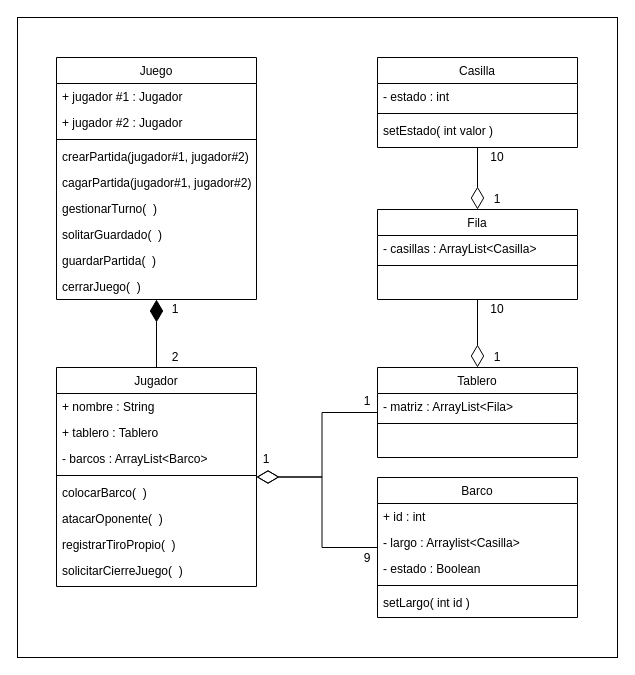
Before: ApartadoUML/Recursos/Clases/DiagramaDeClases.drawio in sjcr23/Proyecto2-POO-2020-ii, a draw.io diagram. Source tidied: cells renumbered, new cells numbered last; positions are measured from the earlier drawing's top-left corner, leaving out a move shared by most shapes. Both pictures are drawn from the tidied source at 100%, with x=0, y=0 at pixel (17, 17).
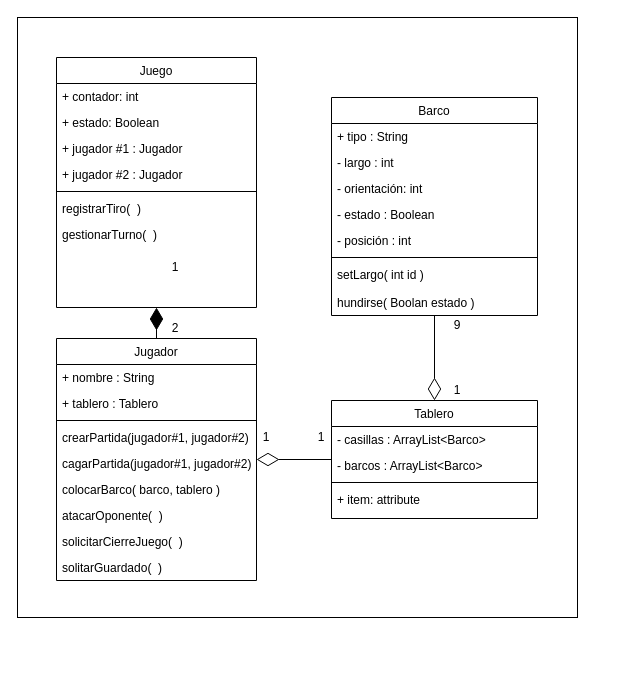
The same page after the edit.

What changed in the source:
```diff
@@
     <mxCell id="3" value="Juego" style="swimlane;fontStyle=0;align=center;verticalAlign=top;horizontal=1;startSize=26;rounded=0;shadow=0;strokeWidth=1;" parent="1" vertex="1">
-      <mxGeometry x="39" y="40" width="200" height="242" as="geometry" />
+      <mxGeometry x="39" y="40" width="200" height="250" as="geometry" />
     </mxCell>
+    <mxCell id="52" value="+ contador: int" style="text;align=left;verticalAlign=top;spacingLeft=4;spacingRight=4;overflow=hidden;rounded=0;shadow=0;html=0;" parent="3" vertex="1">
+      <mxGeometry y="26" width="200" height="26" as="geometry" />
+    </mxCell>
+    <mxCell id="53" value="+ estado: Boolean" style="text;align=left;verticalAlign=top;spacingLeft=4;spacingRight=4;overflow=hidden;rounded=0;shadow=0;html=0;" parent="3" vertex="1">
+      <mxGeometry y="52" width="200" height="26" as="geometry" />
+    </mxCell>
     <mxCell id="4" value="+ jugador #1 : Jugador" style="text;align=left;verticalAlign=top;spacingLeft=4;spacingRight=4;overflow=hidden;" parent="3" vertex="1">
-      <mxGeometry y="26" width="200" height="26" as="geometry" />
+      <mxGeometry y="78" width="200" height="26" as="geometry" />
     </mxCell>
     <mxCell id="5" value="+ jugador #2 : Jugador" style="text;align=left;verticalAlign=top;spacingLeft=4;spacingRight=4;overflow=hidden;rounded=0;shadow=0;html=0;" parent="3" vertex="1">
-      <mxGeometry y="52" width="200" height="26" as="geometry" />
+      <mxGeometry y="104" width="200" height="26" as="geometry" />
     </mxCell>
     <mxCell id="6" style="line;html=1;strokeWidth=1;align=left;verticalAlign=middle;spacingTop=-1;spacingLeft=3;spacingRight=3;labelPosition=right;" parent="3" vertex="1">
-      <mxGeometry y="78" width="200" height="8" as="geometry" />
+      <mxGeometry y="130" width="200" height="8" as="geometry" />
     </mxCell>
-    <mxCell id="7" value="crearPartida(jugador#1, jugador#2)" style="text;align=left;verticalAlign=top;spacingLeft=4;spacingRight=4;overflow=hidden;" parent="3" vertex="1">
-      <mxGeometry y="86" width="200" height="26" as="geometry" />
-    </mxCell>
-    <mxCell id="8" value="cagarPartida(jugador#1, jugador#2)" style="text;align=left;verticalAlign=top;spacingLeft=4;spacingRight=4;overflow=hidden;" parent="3" vertex="1">
-      <mxGeometry y="112" width="200" height="26" as="geometry" />
-    </mxCell>
+    <mxCell id="22" value="registrarTiro(  )" style="text;strokeColor=none;fillColor=none;align=left;verticalAlign=top;spacingLeft=4;spacingRight=4;overflow=hidden;" parent="3" vertex="1">
+      <mxGeometry y="138" width="200" height="26" as="geometry" />
+    </mxCell>
     <mxCell id="9" value="gestionarTurno(  )" style="text;align=left;verticalAlign=top;spacingLeft=4;spacingRight=4;overflow=hidden;" parent="3" vertex="1">
-      <mxGeometry y="138" width="200" height="26" as="geometry" />
+      <mxGeometry y="164" width="200" height="26" as="geometry" />
     </mxCell>
-    <mxCell id="10" value="solitarGuardado(  )" style="text;align=left;verticalAlign=top;spacingLeft=4;spacingRight=4;overflow=hidden;" parent="3" vertex="1">
-      <mxGeometry y="164" width="200" height="26" as="geometry" />
-    </mxCell>
-    <mxCell id="11" value="guardarPartida(  )" style="text;align=left;verticalAlign=top;spacingLeft=4;spacingRight=4;overflow=hidden;" parent="3" vertex="1">
-      <mxGeometry y="190" width="200" height="26" as="geometry" />
-    </mxCell>
-    <mxCell id="12" value="cerrarJuego(  )" style="text;align=left;verticalAlign=top;spacingLeft=4;spacingRight=4;overflow=hidden;" parent="3" vertex="1">
-      <mxGeometry y="216" width="200" height="26" as="geometry" />
-    </mxCell>
-    <mxCell id="13" style="edgeStyle=orthogonalEdgeStyle;rounded=0;jettySize=auto;html=1;startArrow=diamondThin;startFill=0;startSize=20;endArrow=none;endFill=0;" parent="1" edge="1" source="15" target="24">
+    <mxCell id="13" style="edgeStyle=orthogonalEdgeStyle;rounded=0;jettySize=auto;html=1;startArrow=diamondThin;startFill=0;startSize=20;endArrow=none;endFill=0;exitX=0.5;exitY=0;exitDx=0;exitDy=0;" parent="1" edge="1" source="33" target="24">
       <mxGeometry relative="1" as="geometry" />
     </mxCell>
@@
     <mxCell id="15" value="Jugador" style="swimlane;fontStyle=0;align=center;verticalAlign=top;horizontal=1;startSize=26;rounded=0;shadow=0;strokeWidth=1;" parent="1" vertex="1">
-      <mxGeometry x="39" y="350" width="200" height="219" as="geometry" />
+      <mxGeometry x="39" y="321" width="200" height="242" as="geometry" />
     </mxCell>
@@
-    <mxCell id="18" value="- barcos : ArrayList&lt;Barco&gt;" style="text;align=left;verticalAlign=top;spacingLeft=4;spacingRight=4;overflow=hidden;rounded=0;shadow=0;html=0;" parent="15" vertex="1">
-      <mxGeometry y="78" width="200" height="26" as="geometry" />
-    </mxCell>
     <mxCell id="19" style="line;html=1;strokeWidth=1;align=left;verticalAlign=middle;spacingTop=-1;spacingLeft=3;spacingRight=3;labelPosition=right;" parent="15" vertex="1">
-      <mxGeometry y="104" width="200" height="8" as="geometry" />
+      <mxGeometry y="78" width="200" height="8" as="geometry" />
     </mxCell>
+    <mxCell id="7" value="crearPartida(jugador#1, jugador#2)" style="text;align=left;verticalAlign=top;spacingLeft=4;spacingRight=4;overflow=hidden;" parent="15" vertex="1">
+      <mxGeometry y="86" width="200" height="26" as="geometry" />
+    </mxCell>
+    <mxCell id="8" value="cagarPartida(jugador#1, jugador#2)" style="text;align=left;verticalAlign=top;spacingLeft=4;spacingRight=4;overflow=hidden;" parent="15" vertex="1">
+      <mxGeometry y="112" width="200" height="26" as="geometry" />
+    </mxCell>
-    <mxCell id="20" value="colocarBarco(  )" style="text;strokeColor=none;fillColor=none;align=left;verticalAlign=top;spacingLeft=4;spacingRight=4;overflow=hidden;" parent="15" vertex="1">
-      <mxGeometry y="112" width="200" height="26" as="geometry" />
+    <mxCell id="20" value="colocarBarco( barco, tablero )" style="text;strokeColor=none;fillColor=none;align=left;verticalAlign=top;spacingLeft=4;spacingRight=4;overflow=hidden;" parent="15" vertex="1">
+      <mxGeometry y="138" width="200" height="26" as="geometry" />
     </mxCell>
     <mxCell id="21" value="atacarOponente(  )" style="text;strokeColor=none;fillColor=none;align=left;verticalAlign=top;spacingLeft=4;spacingRight=4;overflow=hidden;" parent="15" vertex="1">
-      <mxGeometry y="138" width="200" height="26" as="geometry" />
+      <mxGeometry y="164" width="200" height="26" as="geometry" />
     </mxCell>
-    <mxCell id="22" value="registrarTiroPropio(  )" style="text;strokeColor=none;fillColor=none;align=left;verticalAlign=top;spacingLeft=4;spacingRight=4;overflow=hidden;" parent="15" vertex="1">
-      <mxGeometry y="164" width="200" height="26" as="geometry" />
-    </mxCell>
@@
+    <mxCell id="10" value="solitarGuardado(  )" style="text;align=left;verticalAlign=top;spacingLeft=4;spacingRight=4;overflow=hidden;" parent="15" vertex="1">
+      <mxGeometry y="216" width="200" height="26" as="geometry" />
+    </mxCell>
     <mxCell id="24" value="Barco" style="swimlane;fontStyle=0;align=center;verticalAlign=top;horizontal=1;startSize=26;rounded=0;shadow=0;strokeWidth=1;" parent="1" vertex="1">
-      <mxGeometry x="360" y="460" width="200" height="140" as="geometry" />
+      <mxGeometry x="314" y="80" width="206" height="218" as="geometry" />
     </mxCell>
-    <mxCell id="25" value="+ id : int" style="text;align=left;verticalAlign=top;spacingLeft=4;spacingRight=4;overflow=hidden;" parent="24" vertex="1">
-      <mxGeometry y="26" width="200" height="26" as="geometry" />
-    </mxCell>
+    <mxCell id="54" value="+ tipo : String" style="text;align=left;verticalAlign=top;spacingLeft=4;spacingRight=4;overflow=hidden;" parent="24" vertex="1">
+      <mxGeometry y="26" width="206" height="26" as="geometry" />
+    </mxCell>
-    <mxCell id="26" value="- largo : Arraylist&lt;Casilla&gt;" style="text;align=left;verticalAlign=top;spacingLeft=4;spacingRight=4;overflow=hidden;" parent="24" vertex="1">
-      <mxGeometry y="52" width="200" height="26" as="geometry" />
+    <mxCell id="26" value="- largo : int " style="text;align=left;verticalAlign=top;spacingLeft=4;spacingRight=4;overflow=hidden;" parent="24" vertex="1">
+      <mxGeometry y="52" width="206" height="26" as="geometry" />
     </mxCell>
+    <mxCell id="55" value="- orientación: int " style="text;align=left;verticalAlign=top;spacingLeft=4;spacingRight=4;overflow=hidden;" parent="24" vertex="1">
+      <mxGeometry y="78" width="206" height="26" as="geometry" />
+    </mxCell>
     <mxCell id="27" value="- estado : Boolean" style="text;align=left;verticalAlign=top;spacingLeft=4;spacingRight=4;overflow=hidden;" parent="24" vertex="1">
-      <mxGeometry y="78" width="200" height="26" as="geometry" />
+      <mxGeometry y="104" width="206" height="26" as="geometry" />
     </mxCell>
+    <mxCell id="56" value="- posición : int" style="text;align=left;verticalAlign=top;spacingLeft=4;spacingRight=4;overflow=hidden;" parent="24" vertex="1">
+      <mxGeometry y="130" width="206" height="26" as="geometry" />
+    </mxCell>
     <mxCell id="28" style="line;html=1;strokeWidth=1;align=left;verticalAlign=middle;spacingTop=-1;spacingLeft=3;spacingRight=3;labelPosition=right;" parent="24" vertex="1">
-      <mxGeometry y="104" width="200" height="8" as="geometry" />
+      <mxGeometry y="156" width="206" height="8" as="geometry" />
     </mxCell>
     <mxCell id="29" value="setLargo( int id )" style="text;strokeColor=none;fillColor=none;align=left;verticalAlign=top;spacingLeft=4;spacingRight=4;overflow=hidden;" parent="24" vertex="1">
-      <mxGeometry y="112" width="200" height="26" as="geometry" />
+      <mxGeometry y="164" width="206" height="28" as="geometry" />
     </mxCell>
+    <mxCell id="57" value="hundirse( Boolan estado )" style="text;strokeColor=none;fillColor=none;align=left;verticalAlign=top;spacingLeft=4;spacingRight=4;overflow=hidden;" parent="24" vertex="1">
+      <mxGeometry y="192" width="206" height="26" as="geometry" />
+    </mxCell>
     <mxCell id="30" value="1" style="text;html=1;strokeColor=none;fillColor=none;align=center;verticalAlign=middle;whiteSpace=wrap;rounded=0;" parent="1" vertex="1">
-      <mxGeometry x="148" y="282" width="20" height="20" as="geometry" />
+      <mxGeometry x="148" y="240" width="20" height="20" as="geometry" />
     </mxCell>
     <mxCell id="31" value="2" style="text;html=1;strokeColor=none;fillColor=none;align=center;verticalAlign=middle;whiteSpace=wrap;rounded=0;" parent="1" vertex="1">
-      <mxGeometry x="153" y="330" width="10" height="20" as="geometry" />
+      <mxGeometry x="153" y="301" width="10" height="20" as="geometry" />
     </mxCell>
-    <mxCell id="32" style="edgeStyle=orthogonalEdgeStyle;rounded=0;jettySize=auto;html=1;entryX=0.5;entryY=1;entryDx=0;entryDy=0;startArrow=diamondThin;startFill=0;startSize=20;endArrow=none;endFill=0;" parent="1" edge="1" source="33" target="40">
-      <mxGeometry relative="1" as="geometry" />
-    </mxCell>
     <mxCell id="33" value="Tablero" style="swimlane;fontStyle=0;align=center;verticalAlign=top;horizontal=1;startSize=26;rounded=0;shadow=0;strokeWidth=1;" parent="1" vertex="1">
-      <mxGeometry x="360" y="350" width="200" height="90" as="geometry" />
+      <mxGeometry x="314" y="383" width="206" height="118" as="geometry" />
     </mxCell>
-    <mxCell id="34" value="- matriz : ArrayList&lt;Fila&gt;" style="text;align=left;verticalAlign=top;spacingLeft=4;spacingRight=4;overflow=hidden;" parent="33" vertex="1">
-      <mxGeometry y="26" width="200" height="26" as="geometry" />
+    <mxCell id="34" value="- casillas : ArrayList&lt;Barco&gt;" style="text;align=left;verticalAlign=top;spacingLeft=4;spacingRight=4;overflow=hidden;" parent="33" vertex="1">
+      <mxGeometry y="26" width="206" height="26" as="geometry" />
     </mxCell>
+    <mxCell id="18" value="- barcos : ArrayList&lt;Barco&gt;" style="text;align=left;verticalAlign=top;spacingLeft=4;spacingRight=4;overflow=hidden;" parent="33" vertex="1">
+      <mxGeometry y="52" width="206" height="26" as="geometry" />
+    </mxCell>
     <mxCell id="35" style="line;html=1;strokeWidth=1;align=left;verticalAlign=middle;spacingTop=-1;spacingLeft=3;spacingRight=3;labelPosition=right;" parent="33" vertex="1">
-      <mxGeometry y="52" width="200" height="8" as="geometry" />
+      <mxGeometry y="78" width="206" height="8" as="geometry" />
     </mxCell>
+    <mxCell id="58" value="+ item: attribute" style="text;strokeColor=none;fillColor=none;align=left;verticalAlign=top;spacingLeft=4;spacingRight=4;overflow=hidden;" parent="33" vertex="1">
+      <mxGeometry y="86" width="206" height="26" as="geometry" />
+    </mxCell>
     <mxCell id="36" value="1" style="text;html=1;strokeColor=none;fillColor=none;align=center;verticalAlign=middle;whiteSpace=wrap;rounded=0;" parent="1" vertex="1">
-      <mxGeometry x="239" y="432" width="20" height="20" as="geometry" />
+      <mxGeometry x="239" y="410" width="20" height="20" as="geometry" />
     </mxCell>
     <mxCell id="37" value="9" style="text;html=1;strokeColor=none;fillColor=none;align=center;verticalAlign=middle;whiteSpace=wrap;rounded=0;" parent="1" vertex="1">
-      <mxGeometry x="340" y="531" width="20" height="20" as="geometry" />
+      <mxGeometry x="430" y="298" width="20" height="20" as="geometry" />
     </mxCell>
     <mxCell id="38" value="1" style="text;html=1;strokeColor=none;fillColor=none;align=center;verticalAlign=middle;whiteSpace=wrap;rounded=0;" parent="1" vertex="1">
-      <mxGeometry x="340" y="374" width="20" height="20" as="geometry" />
+      <mxGeometry x="294" y="410" width="20" height="20" as="geometry" />
     </mxCell>
-    <mxCell id="39" style="edgeStyle=orthogonalEdgeStyle;rounded=0;jettySize=auto;html=1;startArrow=diamondThin;startFill=0;startSize=20;endArrow=none;endFill=0;" parent="1" edge="1" source="40" target="45">
-      <mxGeometry relative="1" as="geometry" />
-    </mxCell>
-    <mxCell id="40" value="Fila" style="swimlane;fontStyle=0;align=center;verticalAlign=top;horizontal=1;startSize=26;rounded=0;shadow=0;strokeWidth=1;" parent="1" vertex="1">
-      <mxGeometry x="360" y="192" width="200" height="90" as="geometry" />
-    </mxCell>
-    <mxCell id="41" value="- casillas : ArrayList&lt;Casilla&gt;" style="text;align=left;verticalAlign=top;spacingLeft=4;spacingRight=4;overflow=hidden;" parent="40" vertex="1">
-      <mxGeometry y="26" width="200" height="26" as="geometry" />
-    </mxCell>
-    <mxCell id="42" style="line;html=1;strokeWidth=1;align=left;verticalAlign=middle;spacingTop=-1;spacingLeft=3;spacingRight=3;labelPosition=right;" parent="40" vertex="1">
-      <mxGeometry y="52" width="200" height="8" as="geometry" />
-    </mxCell>
-    <mxCell id="43" value="1" style="text;html=1;strokeColor=none;fillColor=none;align=center;verticalAlign=middle;whiteSpace=wrap;rounded=0;" parent="1" vertex="1">
-      <mxGeometry x="470" y="330" width="20" height="20" as="geometry" />
-    </mxCell>
-    <mxCell id="44" value="10" style="text;html=1;strokeColor=none;fillColor=none;align=center;verticalAlign=middle;whiteSpace=wrap;rounded=0;" parent="1" vertex="1">
-      <mxGeometry x="470" y="282" width="20" height="20" as="geometry" />
-    </mxCell>
-    <mxCell id="45" value="Casilla" style="swimlane;fontStyle=0;align=center;verticalAlign=top;horizontal=1;startSize=26;rounded=0;shadow=0;strokeWidth=1;" parent="1" vertex="1">
-      <mxGeometry x="360" y="40" width="200" height="90" as="geometry" />
-    </mxCell>
-    <mxCell id="46" value="- estado : int" style="text;align=left;verticalAlign=top;spacingLeft=4;spacingRight=4;overflow=hidden;" parent="45" vertex="1">
-      <mxGeometry y="26" width="200" height="26" as="geometry" />
-    </mxCell>
-    <mxCell id="47" style="line;html=1;strokeWidth=1;align=left;verticalAlign=middle;spacingTop=-1;spacingLeft=3;spacingRight=3;labelPosition=right;" parent="45" vertex="1">
-      <mxGeometry y="52" width="200" height="8" as="geometry" />
-    </mxCell>
-    <mxCell id="48" value="setEstado( int valor )" style="text;strokeColor=none;fillColor=none;align=left;verticalAlign=top;spacingLeft=4;spacingRight=4;overflow=hidden;" parent="45" vertex="1">
-      <mxGeometry y="60" width="200" height="26" as="geometry" />
-    </mxCell>
-    <mxCell id="49" value="10" style="text;html=1;strokeColor=none;fillColor=none;align=center;verticalAlign=middle;whiteSpace=wrap;rounded=0;" parent="1" vertex="1">
-      <mxGeometry x="470" y="130" width="20" height="20" as="geometry" />
-    </mxCell>
-    <mxCell id="50" value="1" style="text;html=1;strokeColor=none;fillColor=none;align=center;verticalAlign=middle;whiteSpace=wrap;rounded=0;" parent="1" vertex="1">
-      <mxGeometry x="470" y="172" width="20" height="20" as="geometry" />
-    </mxCell>
-    <mxCell id="51" style="rounded=0;whiteSpace=wrap;html=1;fillColor=none;" parent="1" vertex="1">
-      <mxGeometry width="600" height="640" as="geometry" />
-    </mxCell>
+    <mxCell id="59" value="1" style="text;html=1;strokeColor=none;fillColor=none;align=center;verticalAlign=middle;whiteSpace=wrap;rounded=0;" parent="1" vertex="1">
+      <mxGeometry x="430" y="363" width="20" height="20" as="geometry" />
+    </mxCell>
+    <mxCell id="60" style="rounded=0;whiteSpace=wrap;html=1;fillColor=none;" parent="1" vertex="1">
+      <mxGeometry width="560" height="600" as="geometry" />
+    </mxCell>
```
